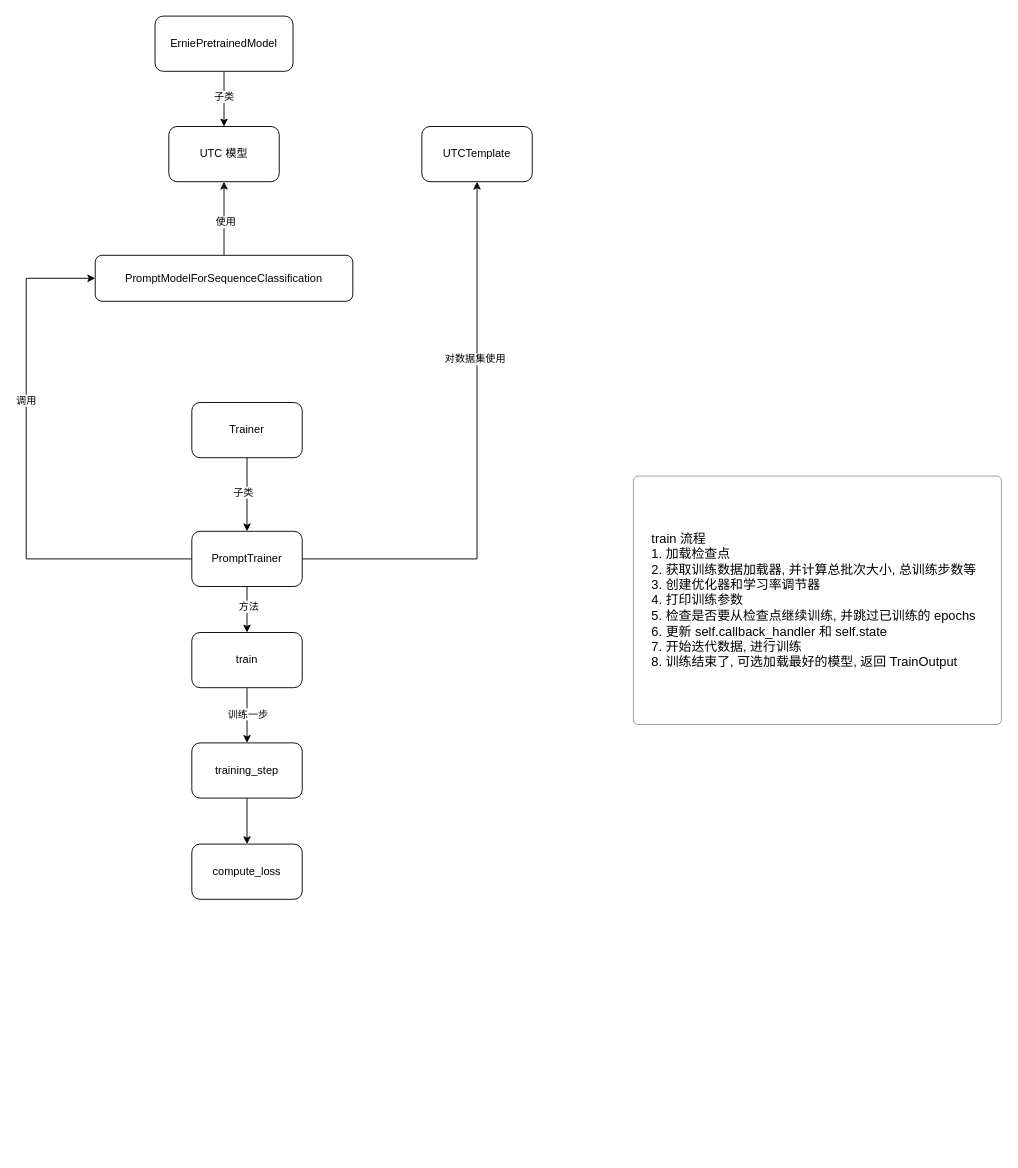
Before: applications/zero_shot_text_classification/paddlenlp.drawio in zhenhua32/PaddleNLP, a draw.io diagram. Source tidied: cells renumbered, new cells numbered last; positions are measured from the earlier drawing's top-left corner, leaving out a move shared by most shapes. Both pictures are drawn from the tidied source at 92%, with x=0, y=0 at pixel (26, 16).
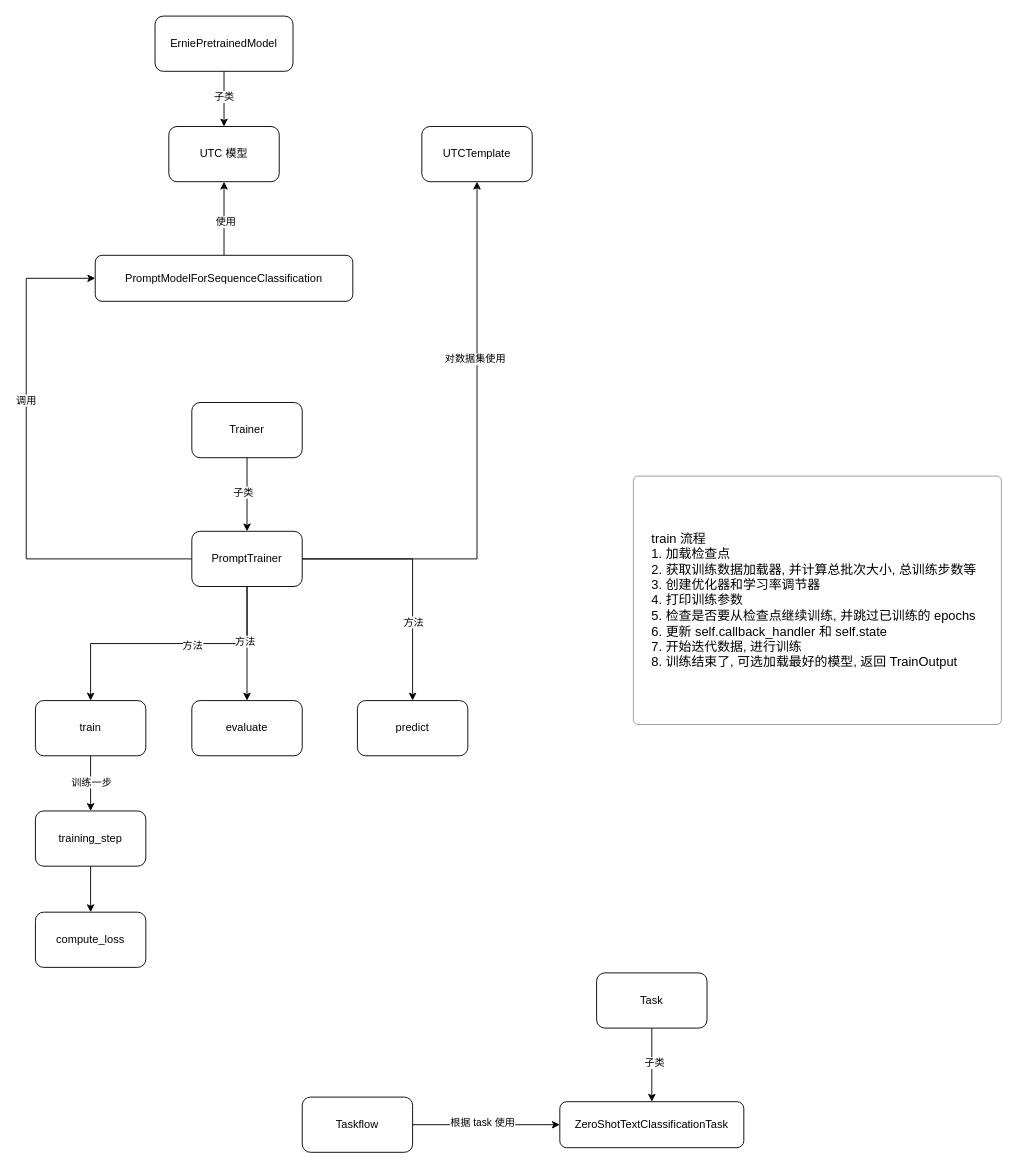
The same page after the edit.

Unchanged cells that the change refers to:
```xml
<mxCell id="16" value="PromptTrainer" style="rounded=1;whiteSpace=wrap;html=1;" parent="1" vertex="1">
  <mxGeometry x="180" y="560" width="120" height="60" as="geometry" />
</mxCell>
```

The edit, as a diff of the source:
```diff
@@
+    <mxCell id="27" style="edgeStyle=orthogonalEdgeStyle;rounded=0;jettySize=auto;html=1;exitX=0.5;exitY=1;exitDx=0;exitDy=0;" parent="1" edge="1" source="16" target="31">
+      <mxGeometry relative="1" as="geometry" />
+    </mxCell>
+    <mxCell id="28" value="方法" style="edgeLabel;html=1;align=center;verticalAlign=middle;" parent="27" vertex="1">
+      <mxGeometry x="-0.05" y="-3" relative="1" as="geometry" />
+    </mxCell>
+    <mxCell id="29" style="edgeStyle=orthogonalEdgeStyle;rounded=0;jettySize=auto;html=1;" parent="1" edge="1" source="16" target="32">
+      <mxGeometry relative="1" as="geometry" />
+    </mxCell>
+    <mxCell id="30" value="方法" style="edgeLabel;html=1;align=center;verticalAlign=middle;" parent="29" vertex="1">
+      <mxGeometry x="0.37" relative="1" as="geometry" />
+    </mxCell>
@@
     <mxCell id="22" value="train" style="rounded=1;whiteSpace=wrap;html=1;" parent="1" vertex="1">
-      <mxGeometry x="180" y="670" width="120" height="60" as="geometry" />
+      <mxGeometry x="10" y="744" width="120" height="60" as="geometry" />
     </mxCell>
@@
     <mxCell id="25" value="training_step" style="rounded=1;whiteSpace=wrap;html=1;" parent="1" vertex="1">
-      <mxGeometry x="180" y="790" width="120" height="60" as="geometry" />
+      <mxGeometry x="10" y="864" width="120" height="60" as="geometry" />
     </mxCell>
     <mxCell id="26" value="compute_loss" style="rounded=1;whiteSpace=wrap;html=1;" parent="1" vertex="1">
-      <mxGeometry x="180" y="900" width="120" height="60" as="geometry" />
+      <mxGeometry x="10" y="974" width="120" height="60" as="geometry" />
     </mxCell>
+    <mxCell id="31" value="evaluate" style="rounded=1;whiteSpace=wrap;html=1;" parent="1" vertex="1">
+      <mxGeometry x="180" y="744" width="120" height="60" as="geometry" />
+    </mxCell>
+    <mxCell id="32" value="predict" style="rounded=1;whiteSpace=wrap;html=1;" parent="1" vertex="1">
+      <mxGeometry x="360" y="744" width="120" height="60" as="geometry" />
+    </mxCell>
+    <mxCell id="33" style="edgeStyle=orthogonalEdgeStyle;rounded=0;jettySize=auto;html=1;entryX=0;entryY=0.5;entryDx=0;entryDy=0;" parent="1" edge="1" source="35" target="36">
+      <mxGeometry relative="1" as="geometry" />
+    </mxCell>
+    <mxCell id="34" value="根据 task 使用" style="edgeLabel;html=1;align=center;verticalAlign=middle;" parent="33" vertex="1">
+      <mxGeometry x="-0.06" y="3" relative="1" as="geometry" />
+    </mxCell>
+    <mxCell id="35" value="Taskflow" style="rounded=1;whiteSpace=wrap;html=1;" parent="1" vertex="1">
+      <mxGeometry x="300" y="1175" width="120" height="60" as="geometry" />
+    </mxCell>
+    <mxCell id="36" value="ZeroShotTextClassificationTask" style="rounded=1;whiteSpace=wrap;html=1;" parent="1" vertex="1">
+      <mxGeometry x="580" y="1180" width="200" height="50" as="geometry" />
+    </mxCell>
+    <mxCell id="37" style="edgeStyle=orthogonalEdgeStyle;rounded=0;jettySize=auto;html=1;entryX=0.5;entryY=0;entryDx=0;entryDy=0;" parent="1" edge="1" source="39" target="36">
+      <mxGeometry relative="1" as="geometry" />
+    </mxCell>
+    <mxCell id="38" value="子类" style="edgeLabel;html=1;align=center;verticalAlign=middle;" parent="37" vertex="1">
+      <mxGeometry x="-0.07" y="2" relative="1" as="geometry" />
+    </mxCell>
+    <mxCell id="39" value="Task" style="rounded=1;whiteSpace=wrap;html=1;" parent="1" vertex="1">
+      <mxGeometry x="620" y="1040" width="120" height="60" as="geometry" />
+    </mxCell>
```
